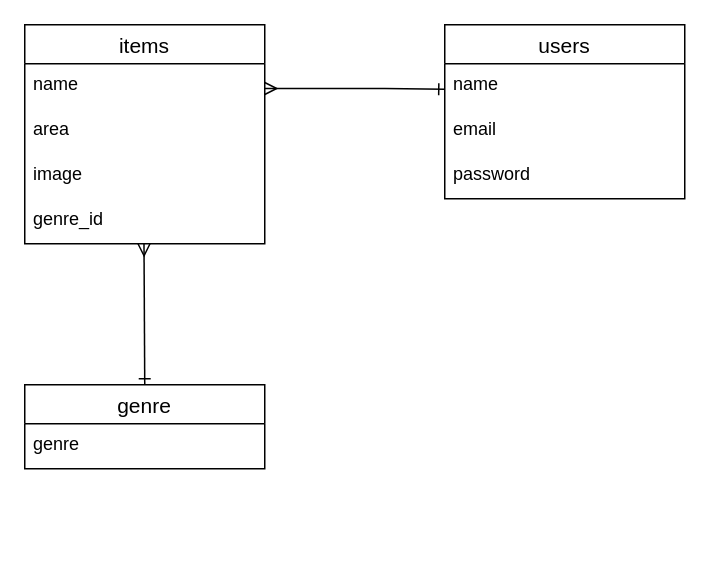
The draw.io diagram database.dio in t-mahito/easy-shopping, before the edit. Source tidied: cells renumbered, new cells numbered last; positions are measured from the earlier drawing's top-left corner, leaving out a move shared by most shapes. Both pictures are drawn from the tidied source at 150%, with x=0, y=0 at pixel (24, 24).
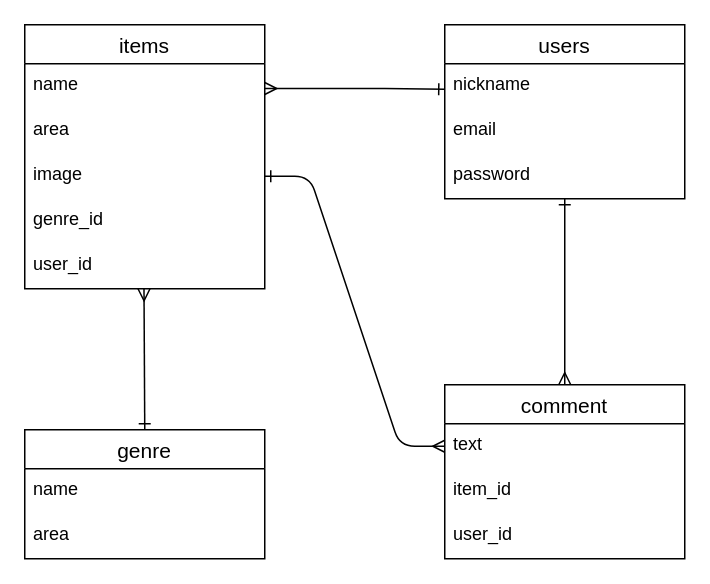
The same page after the edit.

Unchanged cells that the change refers to:
```xml
<mxCell id="2" value="users" style="swimlane;fontStyle=0;horizontal=1;startSize=26;align=center;fontSize=14;" parent="1" vertex="1">
  <mxGeometry x="280" width="160" height="116" as="geometry" />
</mxCell>
<mxCell id="9" value="image&#10;" style="text;strokeColor=none;fillColor=none;spacingLeft=4;spacingRight=4;overflow=hidden;points=[[0,0.5],[1,0.5]];portConstraint=eastwest;fontSize=12;" parent="6" vertex="1">
  <mxGeometry y="86" width="160" height="30" as="geometry" />
</mxCell>
```

Change to the diagram source:
```diff
@@
-    <mxCell id="3" value="name" style="text;strokeColor=none;fillColor=none;spacingLeft=4;spacingRight=4;overflow=hidden;fontSize=12;" parent="2" vertex="1">
+    <mxCell id="3" value="nickname" style="text;strokeColor=none;fillColor=none;spacingLeft=4;spacingRight=4;overflow=hidden;fontSize=12;" parent="2" vertex="1">
       <mxGeometry y="26" width="160" height="30" as="geometry" />
     </mxCell>
@@
     <mxCell id="6" value="items" style="swimlane;fontStyle=0;horizontal=1;startSize=26;align=center;fontSize=14;" parent="1" vertex="1">
-      <mxGeometry width="160" height="146" as="geometry" />
+      <mxGeometry width="160" height="176" as="geometry" />
     </mxCell>
@@
+    <mxCell id="15" value="user_id" style="text;strokeColor=none;fillColor=none;spacingLeft=4;spacingRight=4;overflow=hidden;fontSize=12;" parent="6" vertex="1">
+      <mxGeometry y="146" width="160" height="30" as="geometry" />
+    </mxCell>
@@
     <mxCell id="12" value="genre" style="swimlane;fontStyle=0;horizontal=1;startSize=26;align=center;fontSize=14;" parent="1" vertex="1">
-      <mxGeometry y="240" width="160" height="56" as="geometry" />
+      <mxGeometry y="270" width="160" height="86" as="geometry" />
     </mxCell>
-    <mxCell id="13" value="genre" style="text;strokeColor=none;fillColor=none;spacingLeft=4;spacingRight=4;overflow=hidden;fontSize=12;" parent="12" vertex="1">
+    <mxCell id="13" value="name" style="text;strokeColor=none;fillColor=none;spacingLeft=4;spacingRight=4;overflow=hidden;fontSize=12;" parent="12" vertex="1">
       <mxGeometry y="26" width="160" height="30" as="geometry" />
     </mxCell>
+    <mxCell id="16" value="area" style="text;strokeColor=none;fillColor=none;spacingLeft=4;spacingRight=4;overflow=hidden;fontSize=12;" parent="12" vertex="1">
+      <mxGeometry y="56" width="160" height="30" as="geometry" />
+    </mxCell>
     <mxCell id="14" style="endArrow=ERone;html=1;rounded=0;startArrow=ERmany;startFill=0;endFill=0;" parent="1" edge="1">
       <mxGeometry relative="1" as="geometry">
-        <mxPoint x="79.5" y="146" as="sourcePoint" />
-        <mxPoint x="80" y="240" as="targetPoint" />
+        <mxPoint x="79.5" y="176" as="sourcePoint" />
+        <mxPoint x="80" y="270" as="targetPoint" />
       </mxGeometry>
     </mxCell>
+    <mxCell id="17" value="comment" style="swimlane;fontStyle=0;horizontal=1;startSize=26;align=center;fontSize=14;" parent="1" vertex="1">
+      <mxGeometry x="280" y="240" width="160" height="116" as="geometry" />
+    </mxCell>
+    <mxCell id="18" value="text" style="text;strokeColor=none;fillColor=none;spacingLeft=4;spacingRight=4;overflow=hidden;points=[[0,0.5],[1,0.5]];portConstraint=eastwest;fontSize=12;" parent="17" vertex="1">
+      <mxGeometry y="26" width="160" height="30" as="geometry" />
+    </mxCell>
+    <mxCell id="19" value="item_id" style="text;strokeColor=none;fillColor=none;spacingLeft=4;spacingRight=4;overflow=hidden;fontSize=12;" parent="17" vertex="1">
+      <mxGeometry y="56" width="160" height="30" as="geometry" />
+    </mxCell>
+    <mxCell id="20" value="user_id" style="text;strokeColor=none;fillColor=none;spacingLeft=4;spacingRight=4;overflow=hidden;fontSize=12;" parent="17" vertex="1">
+      <mxGeometry y="86" width="160" height="30" as="geometry" />
+    </mxCell>
+    <mxCell id="21" style="endArrow=ERmany;html=1;rounded=0;endFill=0;startArrow=ERone;startFill=0;" parent="1" edge="1">
+      <mxGeometry relative="1" as="geometry">
+        <mxPoint x="360" y="116" as="sourcePoint" />
+        <mxPoint x="360" y="240" as="targetPoint" />
+        <Array as="points">
+          <mxPoint x="360" y="186" />
+        </Array>
+      </mxGeometry>
+    </mxCell>
+    <mxCell id="22" style="edgeStyle=entityRelationEdgeStyle;fontSize=12;html=1;endArrow=ERmany;endFill=0;entryX=0;entryY=0.5;entryDx=0;entryDy=0;exitX=1;exitY=0.5;exitDx=0;exitDy=0;startArrow=ERone;startFill=0;" parent="1" edge="1" source="9" target="18">
+      <mxGeometry relative="1" as="geometry" />
+    </mxCell>
```
